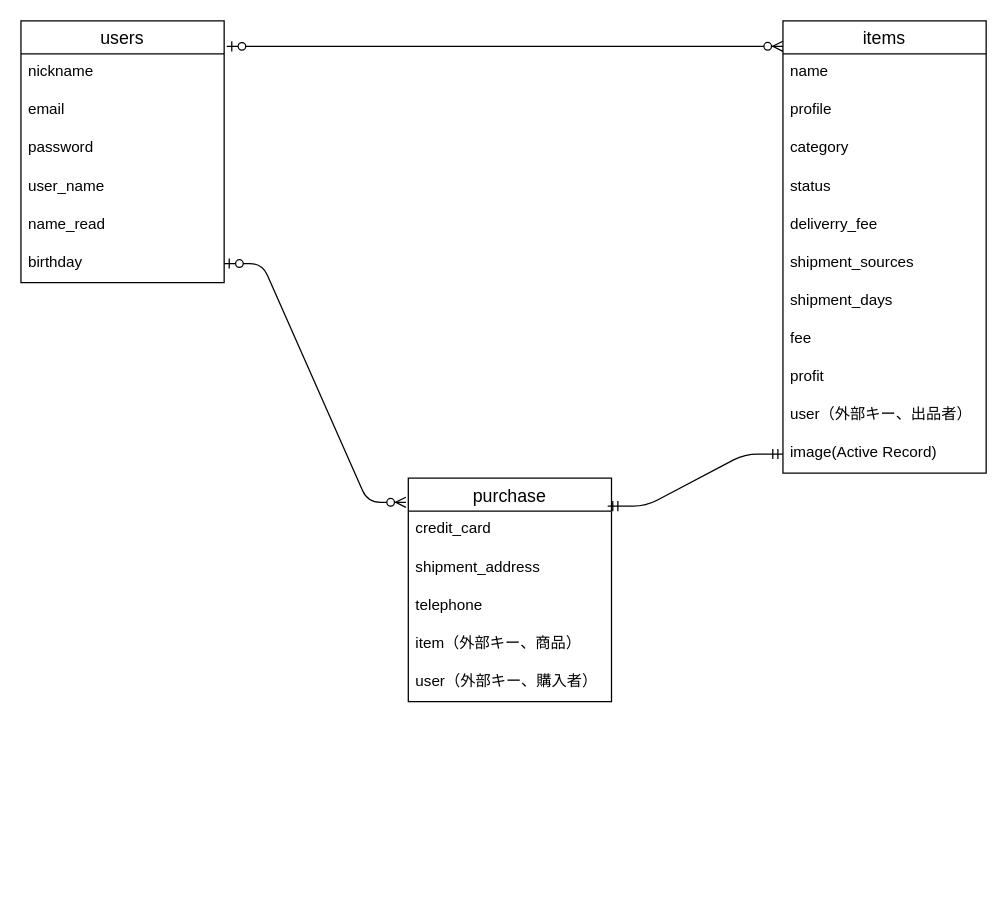
Earlier version of the draw.io diagram furima-34432.dio (DaikiTanaka34432/furima-34432). Source tidied: cells renumbered, new cells numbered last; positions are measured from the earlier drawing's top-left corner, leaving out a move shared by most shapes. Both pictures are drawn from the tidied source at 127%, with x=0, y=0 at pixel (20, 20).
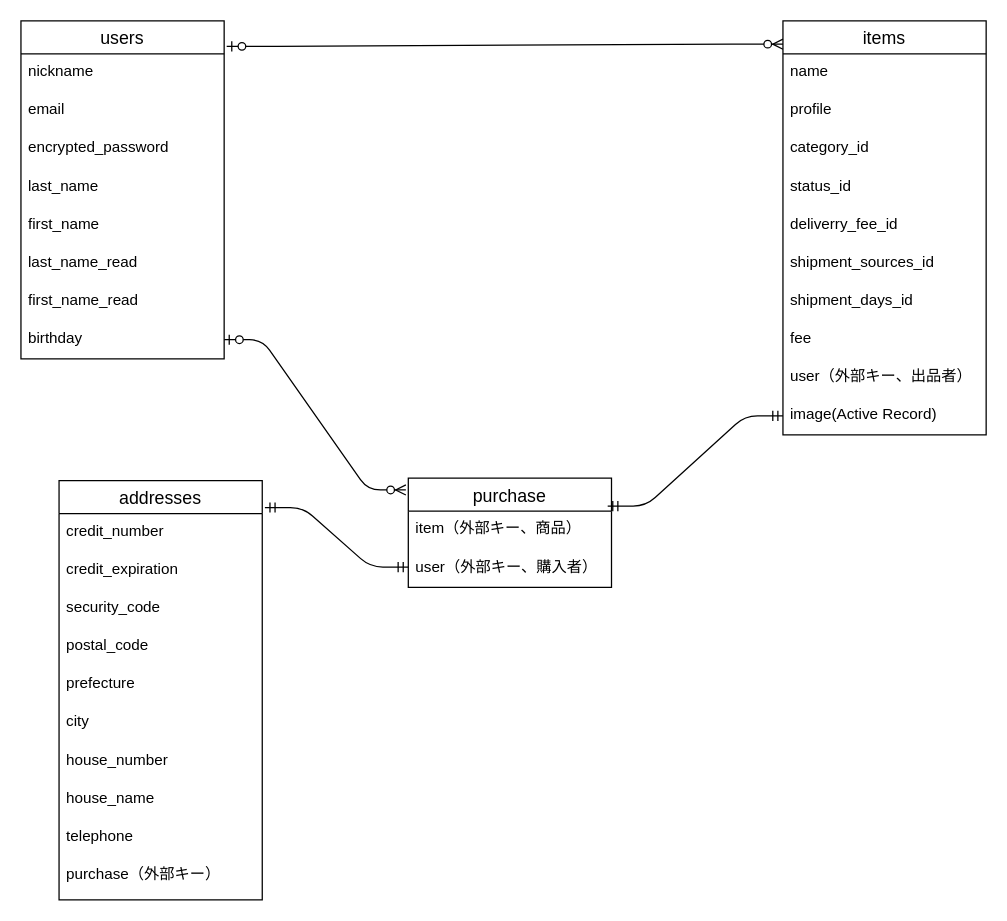
The same page after the edit.

Commit message (it also covers changes not shown here):
ER図及びDB設計の修正

What changed in the source:
```diff
@@
     <mxCell id="2" value="purchase" style="swimlane;fontStyle=0;horizontal=1;startSize=26;align=center;fontSize=14;" parent="1" vertex="1">
-      <mxGeometry x="305" y="360" width="160" height="176" as="geometry" />
+      <mxGeometry x="305" y="360" width="160" height="86" as="geometry" />
     </mxCell>
-    <mxCell id="3" value="credit_card" style="text;strokeColor=none;fillColor=none;spacingLeft=4;spacingRight=4;overflow=hidden;fontSize=12;" parent="2" vertex="1">
-      <mxGeometry y="26" width="160" height="30" as="geometry" />
-    </mxCell>
-    <mxCell id="4" value="shipment_address" style="text;strokeColor=none;fillColor=none;spacingLeft=4;spacingRight=4;overflow=hidden;fontSize=12;" parent="2" vertex="1">
-      <mxGeometry y="56" width="160" height="30" as="geometry" />
-    </mxCell>
-    <mxCell id="5" value="telephone" style="text;strokeColor=none;fillColor=none;spacingLeft=4;spacingRight=4;overflow=hidden;fontSize=12;" parent="2" vertex="1">
-      <mxGeometry y="86" width="160" height="30" as="geometry" />
-    </mxCell>
     <mxCell id="6" value="item（外部キー、商品）" style="text;strokeColor=none;fillColor=none;spacingLeft=4;spacingRight=4;overflow=hidden;fontSize=12;" parent="2" vertex="1">
-      <mxGeometry y="116" width="160" height="30" as="geometry" />
+      <mxGeometry y="26" width="160" height="30" as="geometry" />
     </mxCell>
     <mxCell id="7" value="user（外部キー、購入者）" style="text;strokeColor=none;fillColor=none;spacingLeft=4;spacingRight=4;overflow=hidden;fontSize=12;" parent="2" vertex="1">
-      <mxGeometry y="146" width="160" height="30" as="geometry" />
+      <mxGeometry y="56" width="160" height="30" as="geometry" />
     </mxCell>
     <mxCell id="8" value="items" style="swimlane;fontStyle=0;horizontal=1;startSize=26;align=center;fontSize=14;" parent="1" vertex="1">
-      <mxGeometry x="600" width="160" height="356" as="geometry" />
+      <mxGeometry x="600" width="160" height="326" as="geometry" />
     </mxCell>
@@
-    <mxCell id="11" value="category" style="text;strokeColor=none;fillColor=none;spacingLeft=4;spacingRight=4;overflow=hidden;fontSize=12;" parent="8" vertex="1">
+    <mxCell id="11" value="category_id" style="text;strokeColor=none;fillColor=none;spacingLeft=4;spacingRight=4;overflow=hidden;fontSize=12;" parent="8" vertex="1">
       <mxGeometry y="86" width="160" height="30" as="geometry" />
     </mxCell>
-    <mxCell id="12" value="status" style="text;strokeColor=none;fillColor=none;spacingLeft=4;spacingRight=4;overflow=hidden;fontSize=12;" parent="8" vertex="1">
+    <mxCell id="12" value="status_id" style="text;strokeColor=none;fillColor=none;spacingLeft=4;spacingRight=4;overflow=hidden;fontSize=12;" parent="8" vertex="1">
       <mxGeometry y="116" width="160" height="30" as="geometry" />
     </mxCell>
-    <mxCell id="13" value="deliverry_fee" style="text;strokeColor=none;fillColor=none;spacingLeft=4;spacingRight=4;overflow=hidden;fontSize=12;" parent="8" vertex="1">
+    <mxCell id="13" value="deliverry_fee_id" style="text;strokeColor=none;fillColor=none;spacingLeft=4;spacingRight=4;overflow=hidden;fontSize=12;" parent="8" vertex="1">
       <mxGeometry y="146" width="160" height="30" as="geometry" />
     </mxCell>
-    <mxCell id="14" value="shipment_sources&#10;&#10;" style="text;strokeColor=none;fillColor=none;spacingLeft=4;spacingRight=4;overflow=hidden;fontSize=12;" parent="8" vertex="1">
+    <mxCell id="14" value="shipment_sources_id&#10;&#10;" style="text;strokeColor=none;fillColor=none;spacingLeft=4;spacingRight=4;overflow=hidden;fontSize=12;" parent="8" vertex="1">
       <mxGeometry y="176" width="160" height="30" as="geometry" />
     </mxCell>
-    <mxCell id="15" value="shipment_days" style="text;strokeColor=none;fillColor=none;spacingLeft=4;spacingRight=4;overflow=hidden;fontSize=12;" parent="8" vertex="1">
+    <mxCell id="15" value="shipment_days_id" style="text;strokeColor=none;fillColor=none;spacingLeft=4;spacingRight=4;overflow=hidden;fontSize=12;" parent="8" vertex="1">
       <mxGeometry y="206" width="160" height="30" as="geometry" />
     </mxCell>
@@
-    <mxCell id="17" value="profit" style="text;strokeColor=none;fillColor=none;spacingLeft=4;spacingRight=4;overflow=hidden;fontSize=12;" parent="8" vertex="1">
-      <mxGeometry y="266" width="160" height="30" as="geometry" />
-    </mxCell>
     <mxCell id="18" value="user（外部キー、出品者）" style="text;strokeColor=none;fillColor=none;spacingLeft=4;spacingRight=4;overflow=hidden;fontSize=12;" parent="8" vertex="1">
-      <mxGeometry y="296" width="160" height="30" as="geometry" />
+      <mxGeometry y="266" width="160" height="30" as="geometry" />
     </mxCell>
     <mxCell id="19" value="image(Active Record)" style="text;strokeColor=none;fillColor=none;spacingLeft=4;spacingRight=4;overflow=hidden;points=[[0,0.5],[1,0.5]];portConstraint=eastwest;fontSize=12;" parent="8" vertex="1">
-      <mxGeometry y="326" width="160" height="30" as="geometry" />
+      <mxGeometry y="296" width="160" height="30" as="geometry" />
     </mxCell>
     <mxCell id="20" value="users" style="swimlane;fontStyle=0;horizontal=1;startSize=26;align=center;fontSize=14;" parent="1" vertex="1">
-      <mxGeometry width="160" height="206" as="geometry" />
+      <mxGeometry width="160" height="266" as="geometry" />
     </mxCell>
@@
-    <mxCell id="23" value="password" style="text;strokeColor=none;fillColor=none;spacingLeft=4;spacingRight=4;overflow=hidden;fontSize=12;" parent="20" vertex="1">
+    <mxCell id="23" value="encrypted_password" style="text;strokeColor=none;fillColor=none;spacingLeft=4;spacingRight=4;overflow=hidden;fontSize=12;" parent="20" vertex="1">
       <mxGeometry y="86" width="160" height="30" as="geometry" />
     </mxCell>
-    <mxCell id="24" value="user_name" style="text;strokeColor=none;fillColor=none;spacingLeft=4;spacingRight=4;overflow=hidden;fontSize=12;" parent="20" vertex="1">
+    <mxCell id="24" value="last_name" style="text;strokeColor=none;fillColor=none;spacingLeft=4;spacingRight=4;overflow=hidden;fontSize=12;" parent="20" vertex="1">
       <mxGeometry y="116" width="160" height="30" as="geometry" />
     </mxCell>
+    <mxCell id="30" value="first_name&#10;" style="text;strokeColor=none;fillColor=none;spacingLeft=4;spacingRight=4;overflow=hidden;fontSize=12;" parent="20" vertex="1">
+      <mxGeometry y="146" width="160" height="30" as="geometry" />
+    </mxCell>
+    <mxCell id="31" value="last_name_read" style="text;strokeColor=none;fillColor=none;spacingLeft=4;spacingRight=4;overflow=hidden;fontSize=12;" parent="20" vertex="1">
+      <mxGeometry y="176" width="160" height="30" as="geometry" />
+    </mxCell>
-    <mxCell id="25" value="name_read" style="text;strokeColor=none;fillColor=none;spacingLeft=4;spacingRight=4;overflow=hidden;fontSize=12;" parent="20" vertex="1">
-      <mxGeometry y="146" width="160" height="30" as="geometry" />
+    <mxCell id="25" value="first_name_read" style="text;strokeColor=none;fillColor=none;spacingLeft=4;spacingRight=4;overflow=hidden;fontSize=12;" parent="20" vertex="1">
+      <mxGeometry y="206" width="160" height="30" as="geometry" />
     </mxCell>
     <mxCell id="26" value="birthday" style="text;strokeColor=none;fillColor=none;spacingLeft=4;spacingRight=4;overflow=hidden;points=[[0,0.5],[1,0.5]];portConstraint=eastwest;fontSize=12;" parent="20" vertex="1">
-      <mxGeometry y="176" width="160" height="30" as="geometry" />
+      <mxGeometry y="236" width="160" height="30" as="geometry" />
     </mxCell>
@@
+    <mxCell id="32" value="addresses" style="swimlane;fontStyle=0;horizontal=1;startSize=26;align=center;fontSize=14;" parent="1" vertex="1">
+      <mxGeometry x="30" y="362" width="160" height="330" as="geometry" />
+    </mxCell>
+    <mxCell id="33" value="credit_number" style="text;strokeColor=none;fillColor=none;spacingLeft=4;spacingRight=4;overflow=hidden;fontSize=12;" parent="32" vertex="1">
+      <mxGeometry y="26" width="160" height="30" as="geometry" />
+    </mxCell>
+    <mxCell id="34" value="credit_expiration" style="text;strokeColor=none;fillColor=none;spacingLeft=4;spacingRight=4;overflow=hidden;fontSize=12;" parent="32" vertex="1">
+      <mxGeometry y="56" width="160" height="30" as="geometry" />
+    </mxCell>
+    <mxCell id="35" value="security_code" style="text;strokeColor=none;fillColor=none;spacingLeft=4;spacingRight=4;overflow=hidden;fontSize=12;" parent="32" vertex="1">
+      <mxGeometry y="86" width="160" height="30" as="geometry" />
+    </mxCell>
+    <mxCell id="36" value="postal_code" style="text;strokeColor=none;fillColor=none;spacingLeft=4;spacingRight=4;overflow=hidden;fontSize=12;" parent="32" vertex="1">
+      <mxGeometry y="116" width="160" height="30" as="geometry" />
+    </mxCell>
+    <mxCell id="37" value="prefecture" style="text;strokeColor=none;fillColor=none;spacingLeft=4;spacingRight=4;overflow=hidden;fontSize=12;" parent="32" vertex="1">
+      <mxGeometry y="146" width="160" height="30" as="geometry" />
+    </mxCell>
+    <mxCell id="38" value="city" style="text;strokeColor=none;fillColor=none;spacingLeft=4;spacingRight=4;overflow=hidden;fontSize=12;" parent="32" vertex="1">
+      <mxGeometry y="176" width="160" height="30" as="geometry" />
+    </mxCell>
+    <mxCell id="39" value="house_number" style="text;strokeColor=none;fillColor=none;spacingLeft=4;spacingRight=4;overflow=hidden;fontSize=12;" parent="32" vertex="1">
+      <mxGeometry y="206" width="160" height="30" as="geometry" />
+    </mxCell>
+    <mxCell id="40" value="house_name" style="text;strokeColor=none;fillColor=none;spacingLeft=4;spacingRight=4;overflow=hidden;fontSize=12;" parent="32" vertex="1">
+      <mxGeometry y="236" width="160" height="30" as="geometry" />
+    </mxCell>
+    <mxCell id="5" value="telephone" style="text;strokeColor=none;fillColor=none;spacingLeft=4;spacingRight=4;overflow=hidden;fontSize=12;" parent="32" vertex="1">
+      <mxGeometry y="266" width="160" height="30" as="geometry" />
+    </mxCell>
+    <mxCell id="41" value="purchase（外部キー）" style="text;strokeColor=none;fillColor=none;spacingLeft=4;spacingRight=4;overflow=hidden;fontSize=12;" parent="32" vertex="1">
+      <mxGeometry y="296" width="160" height="34" as="geometry" />
+    </mxCell>
+    <mxCell id="42" style="edgeStyle=entityRelationEdgeStyle;fontSize=12;html=1;endArrow=ERmandOne;startArrow=ERmandOne;exitX=1.013;exitY=0.064;exitDx=0;exitDy=0;exitPerimeter=0;" parent="1" edge="1" source="32">
+      <mxGeometry relative="1" as="geometry">
+        <mxPoint x="305" y="430" as="targetPoint" />
+      </mxGeometry>
+    </mxCell>
```
